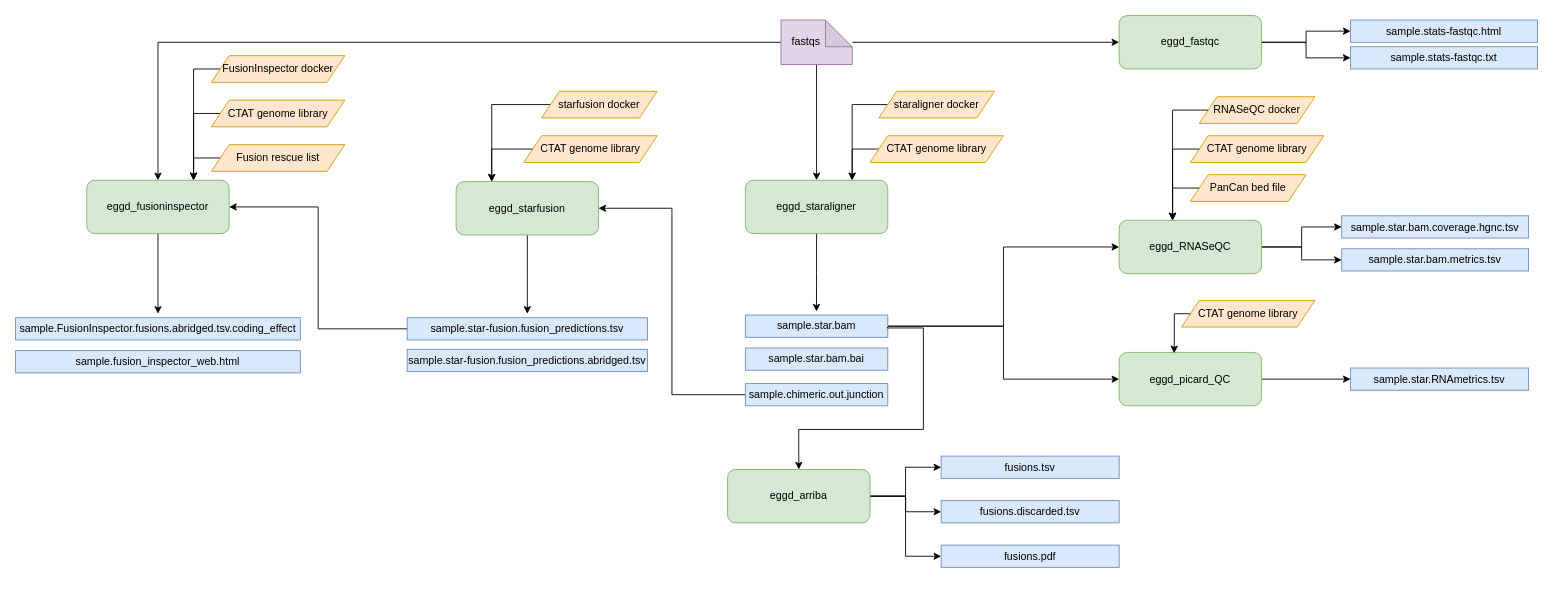
Before: images/pancan_workflow.drawio in eastgenomics/eggd_eunomia_workflow, a draw.io diagram. Source tidied: cells renumbered, new cells numbered last; positions are measured from the earlier drawing's top-left corner, leaving out a move shared by most shapes. Both pictures are drawn from the tidied source at 89%, with x=0, y=0 at pixel (15, 15).
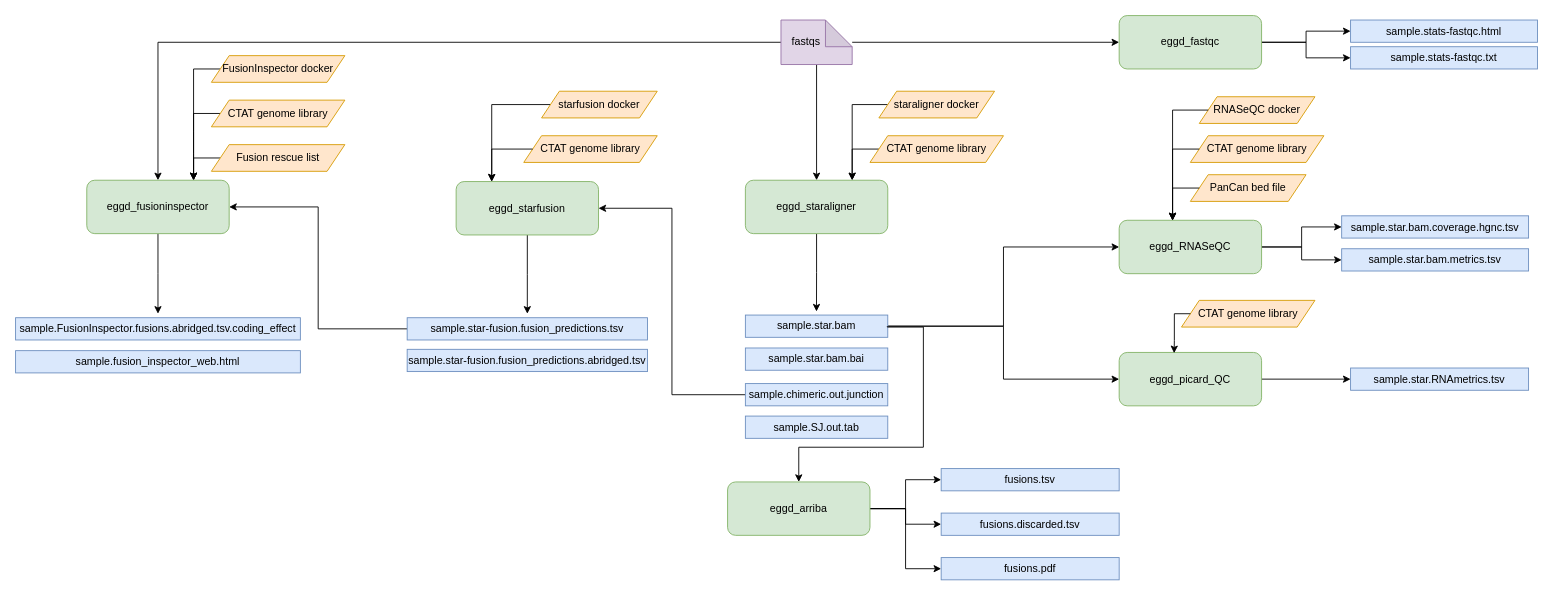
After the change.

Change to the diagram source:
```diff
@@
     <mxCell id="61" value="eggd_arriba" style="rounded=1;whiteSpace=wrap;html=1;fillColor=#d5e8d4;strokeColor=#82b366;" parent="1" vertex="1">
-      <mxGeometry x="800" y="510" width="160" height="60" as="geometry" />
+      <mxGeometry x="800" y="524" width="160" height="60" as="geometry" />
     </mxCell>
     <mxCell id="62" style="edgeStyle=orthogonalEdgeStyle;rounded=0;jettySize=auto;html=1;entryX=0.5;entryY=0;entryDx=0;entryDy=0;" parent="1" edge="1" target="61">
       <mxGeometry relative="1" as="geometry">
-        <mxPoint x="979.5" y="350" as="sourcePoint" />
+        <mxPoint x="979.5" y="349" as="sourcePoint" />
         <Array as="points">
-          <mxPoint x="980" y="351" />
-          <mxPoint x="1020" y="351" />
-          <mxPoint x="1020" y="465" />
-          <mxPoint x="880" y="465" />
+          <mxPoint x="980" y="350" />
+          <mxPoint x="1020" y="350" />
+          <mxPoint x="1020" y="485" />
+          <mxPoint x="880" y="485" />
         </Array>
       </mxGeometry>
     </mxCell>
     <mxCell id="63" value="fusions.tsv" style="rounded=0;whiteSpace=wrap;html=1;fillColor=#dae8fc;strokeColor=#6c8ebf;" parent="1" vertex="1">
-      <mxGeometry x="1040" y="495" width="200" height="25" as="geometry" />
+      <mxGeometry x="1040" y="509" width="200" height="25" as="geometry" />
     </mxCell>
     <mxCell id="64" value="fusions.discarded.tsv" style="rounded=0;whiteSpace=wrap;html=1;fillColor=#dae8fc;strokeColor=#6c8ebf;" parent="1" vertex="1">
-      <mxGeometry x="1040" y="545" width="200" height="25" as="geometry" />
+      <mxGeometry x="1040" y="559" width="200" height="25" as="geometry" />
     </mxCell>
     <mxCell id="65" value="fusions.pdf" style="rounded=0;whiteSpace=wrap;html=1;fillColor=#dae8fc;strokeColor=#6c8ebf;" parent="1" vertex="1">
-      <mxGeometry x="1040" y="595" width="200" height="25" as="geometry" />
+      <mxGeometry x="1040" y="609" width="200" height="25" as="geometry" />
     </mxCell>
+    <mxCell id="66" value="sample.SJ.out.tab" style="rounded=0;whiteSpace=wrap;html=1;fillColor=#dae8fc;strokeColor=#6c8ebf;" parent="1" vertex="1">
+      <mxGeometry x="820" y="450" width="160" height="25" as="geometry" />
+    </mxCell>
```
